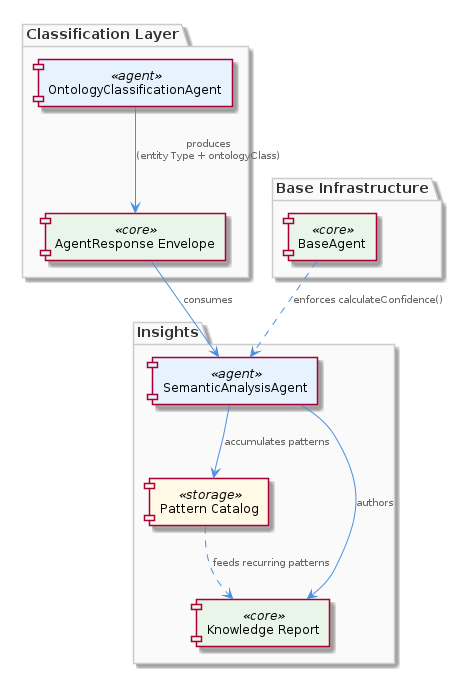
The PlantUML diagram knowledge-management/insights/images/insights-architecture.png in fwornle/coding, before a commit. Its source is kept beside it as .data/knowledge-graph/insights/puml/insights-architecture.puml.
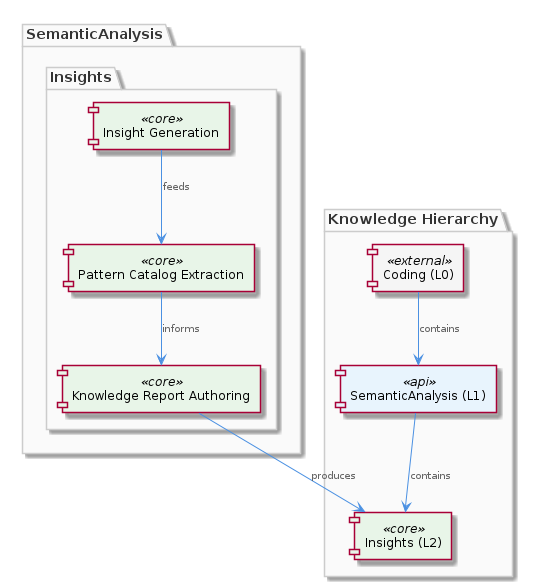
Later version of the same file.

Change to the diagram source:
```diff
@@ -1,26 +1,25 @@
 @startuml
 !include /coding/docs/puml/_standard-style.puml
 
-package "Classification Layer" {
-    component "OntologyClassificationAgent" as oca <<agent>>
-    component "AgentResponse Envelope" as envelope <<core>>
+package "SemanticAnalysis" {
+    package "Insights" {
+        component "Insight Generation" as ig <<core>>
+        component "Pattern Catalog Extraction" as pce <<core>>
+        component "Knowledge Report Authoring" as kra <<core>>
+    }
 }
 
-package "Insights" {
-    component "SemanticAnalysisAgent" as saa <<agent>>
-    component "Pattern Catalog" as catalog <<storage>>
-    component "Knowledge Report" as report <<core>>
+package "Knowledge Hierarchy" {
+    component "Coding (L0)" as l0 <<external>>
+    component "SemanticAnalysis (L1)" as l1 <<api>>
+    component "Insights (L2)" as l2 <<core>>
 }
 
-package "Base Infrastructure" {
-    component "BaseAgent" as base <<core>>
-}
+l0 --> l1 : contains
+l1 --> l2 : contains
 
-oca --> envelope : "produces\n(entity Type + ontologyClass)"
-envelope --> saa : "consumes"
-base ..> saa : "enforces calculateConfidence()"
-saa --> catalog : "accumulates patterns"
-saa --> report : "authors"
-catalog ..> report : "feeds recurring patterns"
+ig --> pce : feeds
+pce --> kra : informs
+kra --> l2 : produces
 
 @enduml
```
